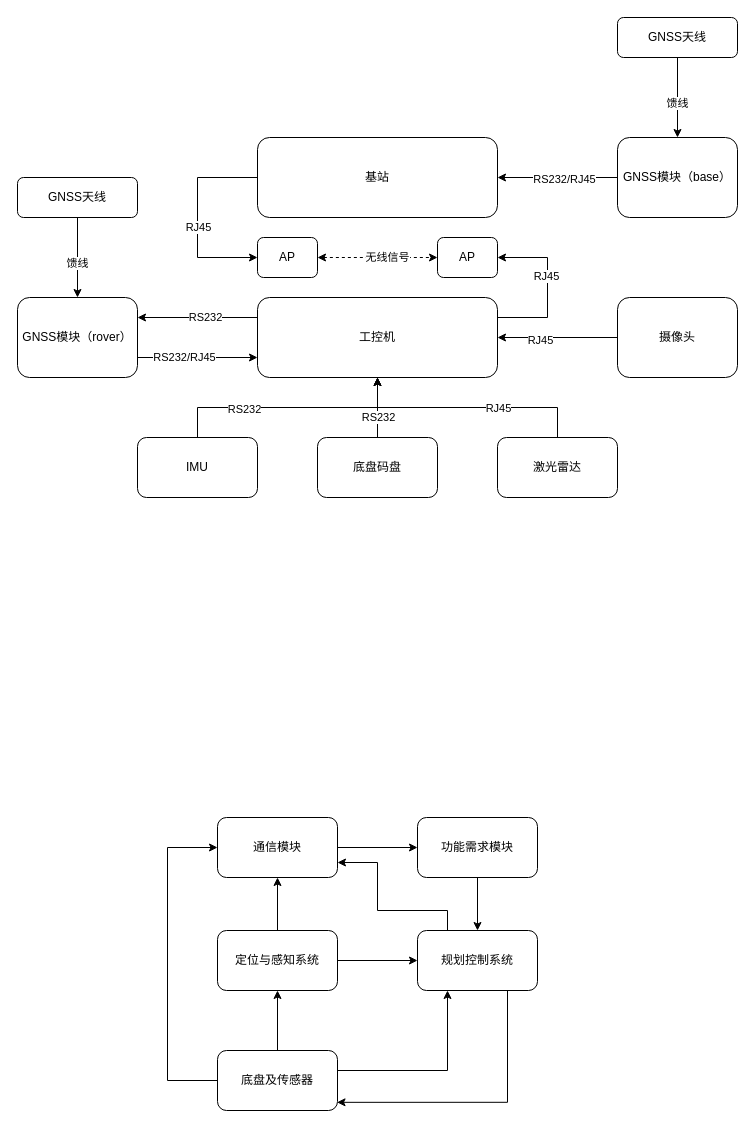
Before: ADU/system_deployment.drawio in mMikaa00/For_draw_io, a draw.io diagram. Source tidied: cells renumbered, new cells numbered last; positions are measured from the earlier drawing's top-left corner, leaving out a move shared by most shapes. Both pictures are drawn from the tidied source at 100%, with x=0, y=0 at pixel (17, 17).
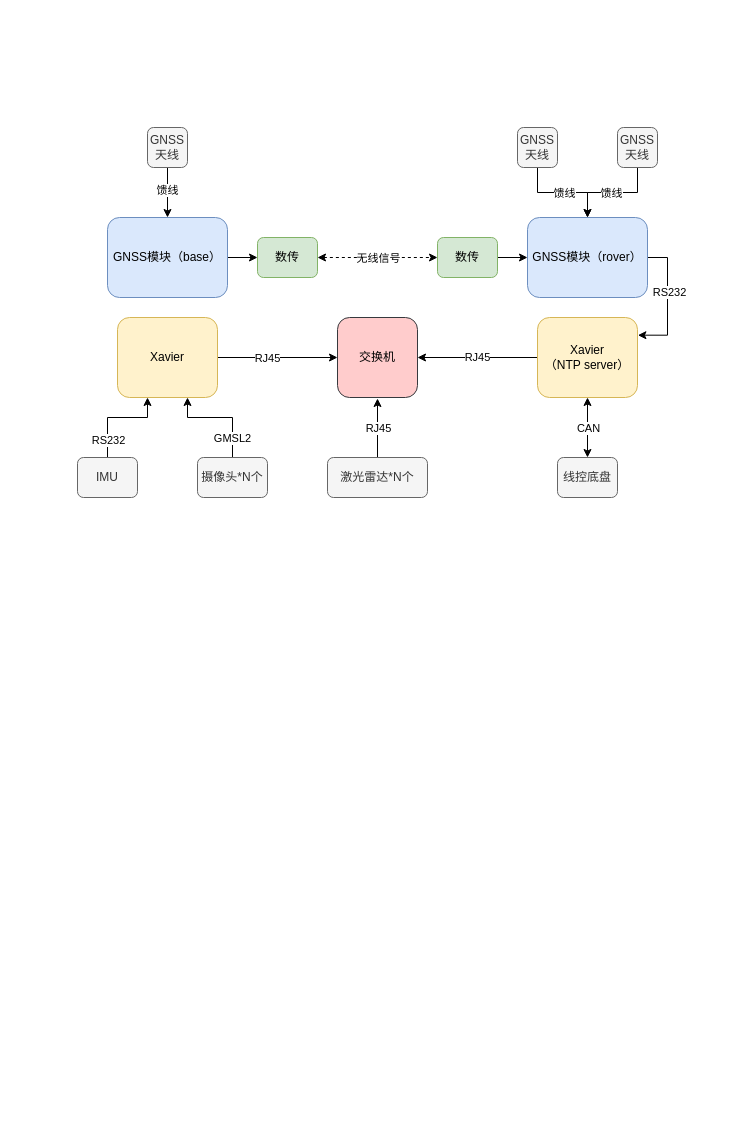
The same page after the edit.

The change refers to these unchanged cells:
```xml
<mxCell id="14" style="edgeStyle=orthogonalEdgeStyle;rounded=0;jettySize=auto;html=1;" parent="1" edge="1" source="16" target="10">
  <mxGeometry relative="1" as="geometry" />
</mxCell>
<mxCell id="29" style="edgeStyle=orthogonalEdgeStyle;rounded=0;jettySize=auto;html=1;" parent="1" edge="1" source="31" target="28">
  <mxGeometry relative="1" as="geometry" />
</mxCell>
<mxCell id="35" style="edgeStyle=orthogonalEdgeStyle;rounded=0;jettySize=auto;html=1;entryX=0;entryY=0.5;entryDx=0;entryDy=0;startArrow=classic;startFill=1;dashed=1;" parent="1" edge="1" source="37" target="38">
  <mxGeometry relative="1" as="geometry" />
</mxCell>
```

The edit, as a diff of the source:
```diff
@@
-    <mxCell id="2" style="edgeStyle=orthogonalEdgeStyle;rounded=0;jettySize=auto;html=1;entryX=1;entryY=0.25;entryDx=0;entryDy=0;exitX=0;exitY=0.25;exitDx=0;exitDy=0;" parent="1" edge="1" source="7" target="10">
-      <mxGeometry relative="1" as="geometry" />
+    <mxCell id="2" style="edgeStyle=orthogonalEdgeStyle;rounded=0;jettySize=auto;html=1;entryX=1;entryY=0.5;entryDx=0;entryDy=0;exitX=1.004;exitY=0.221;exitDx=0;exitDy=0;startArrow=classic;startFill=1;endArrow=none;endFill=0;exitPerimeter=0;" parent="1" edge="1" source="7" target="10">
+      <mxGeometry relative="1" as="geometry">
+        <Array as="points">
+          <mxPoint x="650" y="318" />
+          <mxPoint x="650" y="240" />
+        </Array>
+      </mxGeometry>
     </mxCell>
     <mxCell id="3" value="RS232" style="edgeLabel;html=1;align=center;verticalAlign=middle;" parent="2" vertex="1">
-      <mxGeometry x="-0.12" y="-1" relative="1" as="geometry" />
+      <mxGeometry x="-0.12" y="-1" relative="1" as="geometry">
+        <mxPoint y="-17" as="offset" />
+      </mxGeometry>
     </mxCell>
-    <mxCell id="4" style="edgeStyle=orthogonalEdgeStyle;rounded=0;jettySize=auto;html=1;entryX=1;entryY=0.5;entryDx=0;entryDy=0;exitX=1;exitY=0.25;exitDx=0;exitDy=0;" parent="1" edge="1" source="7" target="38">
-      <mxGeometry relative="1" as="geometry">
-        <Array as="points">
-          <mxPoint x="530" y="300" />
-          <mxPoint x="530" y="240" />
-        </Array>
-      </mxGeometry>
-    </mxCell>
-    <mxCell id="5" style="edgeLabel;html=1;align=center;verticalAlign=middle;" parent="4" vertex="1">
-      <mxGeometry x="0.13" y="2" relative="1" as="geometry" />
-    </mxCell>
-    <mxCell id="6" value="RJ45" style="edgeLabel;html=1;align=center;verticalAlign=middle;" parent="4" vertex="1">
-      <mxGeometry x="0.15" y="2" relative="1" as="geometry" />
-    </mxCell>
+    <mxCell id="53" style="edgeStyle=orthogonalEdgeStyle;rounded=0;jettySize=auto;html=1;entryX=1;entryY=0.5;entryDx=0;entryDy=0;startArrow=none;startFill=0;endArrow=classic;endFill=1;" parent="1" edge="1" source="7" target="63">
+      <mxGeometry relative="1" as="geometry" />
+    </mxCell>
+    <mxCell id="54" value="RJ45" style="edgeLabel;html=1;align=center;verticalAlign=middle;" parent="53" vertex="1">
+      <mxGeometry x="0.17" y="1" relative="1" as="geometry">
+        <mxPoint x="9" y="-2" as="offset" />
+      </mxGeometry>
+    </mxCell>
-    <mxCell id="7" value="工控机" style="rounded=1;whiteSpace=wrap;html=1;" parent="1" vertex="1">
-      <mxGeometry x="240" y="280" width="240" height="80" as="geometry" />
+    <mxCell id="7" value="Xavier&lt;br&gt;（NTP server）" style="rounded=1;whiteSpace=wrap;html=1;fillColor=#fff2cc;strokeColor=#d6b656;" parent="1" vertex="1">
+      <mxGeometry x="520" y="300" width="100" height="80" as="geometry" />
     </mxCell>
-    <mxCell id="8" style="edgeStyle=orthogonalEdgeStyle;rounded=0;jettySize=auto;html=1;entryX=0;entryY=0.75;entryDx=0;entryDy=0;exitX=1;exitY=0.75;exitDx=0;exitDy=0;" parent="1" edge="1" source="10" target="7">
-      <mxGeometry relative="1" as="geometry" />
-    </mxCell>
-    <mxCell id="9" value="RS232/RJ45" style="edgeLabel;html=1;align=center;verticalAlign=middle;" parent="8" vertex="1">
-      <mxGeometry x="-0.23" y="1" relative="1" as="geometry" />
-    </mxCell>
-    <mxCell id="10" value="GNSS模块（rover）" style="rounded=1;whiteSpace=wrap;html=1;" parent="1" vertex="1">
-      <mxGeometry y="280" width="120" height="80" as="geometry" />
+    <mxCell id="10" value="GNSS模块（rover）" style="rounded=1;whiteSpace=wrap;html=1;fillColor=#dae8fc;strokeColor=#6c8ebf;" parent="1" vertex="1">
+      <mxGeometry x="510" y="200" width="120" height="80" as="geometry" />
     </mxCell>
-    <mxCell id="11" style="edgeStyle=orthogonalEdgeStyle;rounded=0;jettySize=auto;html=1;entryX=0.5;entryY=1;entryDx=0;entryDy=0;" parent="1" edge="1" source="13" target="7">
-      <mxGeometry relative="1" as="geometry" />
+    <mxCell id="11" style="edgeStyle=orthogonalEdgeStyle;rounded=0;jettySize=auto;html=1;entryX=0.25;entryY=1;entryDx=0;entryDy=0;exitX=0.5;exitY=0;exitDx=0;exitDy=0;" parent="1" edge="1" source="13">
+      <mxGeometry relative="1" as="geometry">
+        <mxPoint x="130" y="380" as="targetPoint" />
+        <Array as="points">
+          <mxPoint x="90" y="400" />
+          <mxPoint x="130" y="400" />
+        </Array>
+      </mxGeometry>
     </mxCell>
     <mxCell id="12" value="RS232" style="edgeLabel;html=1;align=center;verticalAlign=middle;" parent="11" vertex="1">
-      <mxGeometry x="-0.37" y="-1" relative="1" as="geometry" />
+      <mxGeometry x="-0.37" y="-1" relative="1" as="geometry">
+        <mxPoint x="-1" y="14" as="offset" />
+      </mxGeometry>
     </mxCell>
-    <mxCell id="13" value="IMU" style="rounded=1;whiteSpace=wrap;html=1;" parent="1" vertex="1">
-      <mxGeometry x="120" y="420" width="120" height="60" as="geometry" />
+    <mxCell id="13" value="IMU" style="rounded=1;whiteSpace=wrap;html=1;fillColor=#f5f5f5;strokeColor=#666666;fontColor=#333333;" parent="1" vertex="1">
+      <mxGeometry x="60" y="440" width="60" height="40" as="geometry" />
     </mxCell>
@@
     <mxCell id="15" value="馈线" style="edgeLabel;html=1;align=center;verticalAlign=middle;" parent="14" vertex="1">
-      <mxGeometry x="0.13" y="-1" relative="1" as="geometry" />
+      <mxGeometry x="0.13" y="-1" relative="1" as="geometry">
+        <mxPoint x="4" y="1" as="offset" />
+      </mxGeometry>
     </mxCell>
-    <mxCell id="16" value="GNSS天线" style="rounded=1;whiteSpace=wrap;html=1;" parent="1" vertex="1">
-      <mxGeometry y="160" width="120" height="40" as="geometry" />
+    <mxCell id="16" value="GNSS&lt;br&gt;天线" style="rounded=1;whiteSpace=wrap;html=1;fillColor=#f5f5f5;strokeColor=#666666;fontColor=#333333;" parent="1" vertex="1">
+      <mxGeometry x="600" y="110" width="40" height="40" as="geometry" />
     </mxCell>
-    <mxCell id="17" style="edgeStyle=orthogonalEdgeStyle;rounded=0;jettySize=auto;html=1;" parent="1" edge="1" source="19">
+    <mxCell id="17" style="edgeStyle=orthogonalEdgeStyle;rounded=0;jettySize=auto;html=1;entryX=0.5;entryY=1;entryDx=0;entryDy=0;startArrow=classic;startFill=1;" parent="1" edge="1" source="19">
       <mxGeometry relative="1" as="geometry">
-        <mxPoint x="360" y="360" as="targetPoint" />
+        <mxPoint x="570" y="380" as="targetPoint" />
       </mxGeometry>
     </mxCell>
-    <mxCell id="18" value="RS232" style="edgeLabel;html=1;align=center;verticalAlign=middle;" parent="17" vertex="1">
-      <mxGeometry x="-0.3" relative="1" as="geometry" />
+    <mxCell id="18" value="CAN" style="edgeLabel;html=1;align=center;verticalAlign=middle;" parent="17" vertex="1">
+      <mxGeometry x="-0.3" relative="1" as="geometry">
+        <mxPoint y="-9" as="offset" />
+      </mxGeometry>
     </mxCell>
-    <mxCell id="19" value="底盘码盘" style="rounded=1;whiteSpace=wrap;html=1;" parent="1" vertex="1">
-      <mxGeometry x="300" y="420" width="120" height="60" as="geometry" />
+    <mxCell id="19" value="线控底盘" style="rounded=1;whiteSpace=wrap;html=1;fillColor=#f5f5f5;strokeColor=#666666;fontColor=#333333;" parent="1" vertex="1">
+      <mxGeometry x="540" y="440" width="60" height="40" as="geometry" />
     </mxCell>
-    <mxCell id="20" style="edgeStyle=orthogonalEdgeStyle;rounded=0;jettySize=auto;html=1;entryX=0.5;entryY=1;entryDx=0;entryDy=0;" parent="1" edge="1" source="22" target="7">
-      <mxGeometry relative="1" as="geometry" />
+    <mxCell id="20" style="edgeStyle=orthogonalEdgeStyle;rounded=0;jettySize=auto;html=1;" parent="1" edge="1" source="64">
+      <mxGeometry relative="1" as="geometry">
+        <mxPoint x="360" y="381" as="targetPoint" />
+      </mxGeometry>
     </mxCell>
     <mxCell id="21" value="RJ45" style="edgeLabel;html=1;align=center;verticalAlign=middle;" parent="20" vertex="1">
-      <mxGeometry x="-0.25" relative="1" as="geometry" />
+      <mxGeometry x="-0.25" relative="1" as="geometry">
+        <mxPoint y="-8" as="offset" />
+      </mxGeometry>
     </mxCell>
-    <mxCell id="22" value="激光雷达" style="rounded=1;whiteSpace=wrap;html=1;" parent="1" vertex="1">
-      <mxGeometry x="480" y="420" width="120" height="60" as="geometry" />
-    </mxCell>
-    <mxCell id="23" style="edgeStyle=orthogonalEdgeStyle;rounded=0;jettySize=auto;html=1;entryX=1;entryY=0.5;entryDx=0;entryDy=0;" parent="1" edge="1" source="25" target="7">
-      <mxGeometry relative="1" as="geometry" />
+    <mxCell id="23" style="edgeStyle=orthogonalEdgeStyle;rounded=0;jettySize=auto;html=1;entryX=0.75;entryY=1;entryDx=0;entryDy=0;exitX=0.5;exitY=0;exitDx=0;exitDy=0;" parent="1" edge="1" source="25">
+      <mxGeometry relative="1" as="geometry">
+        <mxPoint x="170" y="380" as="targetPoint" />
+        <Array as="points">
+          <mxPoint x="215" y="400" />
+          <mxPoint x="170" y="400" />
+        </Array>
+      </mxGeometry>
     </mxCell>
-    <mxCell id="24" value="RJ45" style="edgeLabel;html=1;align=center;verticalAlign=middle;" parent="23" vertex="1">
-      <mxGeometry x="0.3" y="2" relative="1" as="geometry" />
+    <mxCell id="24" value="GMSL2" style="edgeLabel;html=1;align=center;verticalAlign=middle;" parent="23" vertex="1">
+      <mxGeometry x="0.3" y="2" relative="1" as="geometry">
+        <mxPoint x="27" y="18" as="offset" />
+      </mxGeometry>
     </mxCell>
-    <mxCell id="25" value="摄像头" style="rounded=1;whiteSpace=wrap;html=1;" parent="1" vertex="1">
-      <mxGeometry x="600" y="280" width="120" height="80" as="geometry" />
+    <mxCell id="25" value="摄像头*N个" style="rounded=1;whiteSpace=wrap;html=1;fillColor=#f5f5f5;strokeColor=#666666;fontColor=#333333;" parent="1" vertex="1">
+      <mxGeometry x="180" y="440" width="70" height="40" as="geometry" />
     </mxCell>
-    <mxCell id="26" style="edgeStyle=orthogonalEdgeStyle;rounded=0;jettySize=auto;html=1;entryX=1;entryY=0.5;entryDx=0;entryDy=0;" parent="1" edge="1" source="28" target="34">
-      <mxGeometry relative="1" as="geometry" />
-    </mxCell>
-    <mxCell id="27" value="RS232/RJ45" style="edgeLabel;html=1;align=center;verticalAlign=middle;" parent="26" vertex="1">
-      <mxGeometry x="-0.1" y="1" relative="1" as="geometry" />
-    </mxCell>
+    <mxCell id="55" style="edgeStyle=orthogonalEdgeStyle;rounded=0;jettySize=auto;html=1;" parent="1" edge="1" source="28" target="37">
+      <mxGeometry relative="1" as="geometry" />
+    </mxCell>
-    <mxCell id="28" value="GNSS模块（base）" style="rounded=1;whiteSpace=wrap;html=1;" parent="1" vertex="1">
-      <mxGeometry x="600" y="120" width="120" height="80" as="geometry" />
+    <mxCell id="28" value="GNSS模块（base）" style="rounded=1;whiteSpace=wrap;html=1;fillColor=#dae8fc;strokeColor=#6c8ebf;" parent="1" vertex="1">
+      <mxGeometry x="90" y="200" width="120" height="80" as="geometry" />
     </mxCell>
@@
     <mxCell id="30" value="馈线" style="edgeLabel;html=1;align=center;verticalAlign=middle;" parent="29" vertex="1">
-      <mxGeometry x="0.13" y="-1" relative="1" as="geometry" />
+      <mxGeometry x="0.13" y="-1" relative="1" as="geometry">
+        <mxPoint y="-6" as="offset" />
+      </mxGeometry>
     </mxCell>
-    <mxCell id="31" value="GNSS天线" style="rounded=1;whiteSpace=wrap;html=1;" parent="1" vertex="1">
-      <mxGeometry x="600" width="120" height="40" as="geometry" />
+    <mxCell id="31" value="GNSS天线" style="rounded=1;whiteSpace=wrap;html=1;fillColor=#f5f5f5;strokeColor=#666666;fontColor=#333333;" parent="1" vertex="1">
+      <mxGeometry x="130" y="110" width="40" height="40" as="geometry" />
     </mxCell>
-    <mxCell id="32" style="edgeStyle=orthogonalEdgeStyle;rounded=0;jettySize=auto;html=1;entryX=0;entryY=0.5;entryDx=0;entryDy=0;" parent="1" edge="1" source="34" target="37">
-      <mxGeometry relative="1" as="geometry">
-        <Array as="points">
-          <mxPoint x="180" y="160" />
-          <mxPoint x="180" y="240" />
-        </Array>
-      </mxGeometry>
-    </mxCell>
-    <mxCell id="33" value="RJ45" style="edgeLabel;html=1;align=center;verticalAlign=middle;" parent="32" vertex="1">
-      <mxGeometry x="0.09" relative="1" as="geometry" />
-    </mxCell>
-    <mxCell id="34" value="基站" style="rounded=1;whiteSpace=wrap;html=1;" parent="1" vertex="1">
-      <mxGeometry x="240" y="120" width="240" height="80" as="geometry" />
-    </mxCell>
@@
     <mxCell id="36" value="无线信号" style="edgeLabel;html=1;align=center;verticalAlign=middle;" parent="35" vertex="1">
-      <mxGeometry x="0.15" y="1" relative="1" as="geometry" />
+      <mxGeometry x="0.15" y="1" relative="1" as="geometry">
+        <mxPoint x="-9" y="1" as="offset" />
+      </mxGeometry>
     </mxCell>
-    <mxCell id="37" value="AP" style="rounded=1;whiteSpace=wrap;html=1;" parent="1" vertex="1">
+    <mxCell id="37" value="数传" style="rounded=1;whiteSpace=wrap;html=1;fillColor=#d5e8d4;strokeColor=#82b366;" parent="1" vertex="1">
       <mxGeometry x="240" y="220" width="60" height="40" as="geometry" />
     </mxCell>
+    <mxCell id="56" style="edgeStyle=orthogonalEdgeStyle;rounded=0;jettySize=auto;html=1;startArrow=none;startFill=0;endArrow=classic;endFill=1;" parent="1" edge="1" source="38" target="10">
+      <mxGeometry relative="1" as="geometry" />
+    </mxCell>
-    <mxCell id="38" value="AP" style="rounded=1;whiteSpace=wrap;html=1;" parent="1" vertex="1">
+    <mxCell id="38" value="数传" style="rounded=1;whiteSpace=wrap;html=1;fillColor=#d5e8d4;strokeColor=#82b366;" parent="1" vertex="1">
       <mxGeometry x="420" y="220" width="60" height="40" as="geometry" />
     </mxCell>
-    <mxCell id="39" style="edgeStyle=orthogonalEdgeStyle;rounded=0;jettySize=auto;html=1;startArrow=none;startFill=0;" parent="1" edge="1" source="41" target="44">
-      <mxGeometry relative="1" as="geometry" />
-    </mxCell>
-    <mxCell id="40" style="edgeStyle=orthogonalEdgeStyle;rounded=0;jettySize=auto;html=1;startArrow=none;startFill=0;" parent="1" edge="1" source="41" target="52">
-      <mxGeometry relative="1" as="geometry" />
-    </mxCell>
-    <mxCell id="41" value="定位与感知系统" style="rounded=1;whiteSpace=wrap;html=1;" parent="1" vertex="1">
-      <mxGeometry x="200" y="913" width="120" height="60" as="geometry" />
-    </mxCell>
-    <mxCell id="42" style="edgeStyle=orthogonalEdgeStyle;rounded=0;jettySize=auto;html=1;entryX=0.996;entryY=0.864;entryDx=0;entryDy=0;entryPerimeter=0;startArrow=none;startFill=0;exitX=0.75;exitY=1;exitDx=0;exitDy=0;" parent="1" edge="1" source="44" target="48">
-      <mxGeometry relative="1" as="geometry">
-        <Array as="points">
-          <mxPoint x="490" y="1085" />
-        </Array>
-      </mxGeometry>
-    </mxCell>
-    <mxCell id="43" style="edgeStyle=orthogonalEdgeStyle;rounded=0;jettySize=auto;html=1;entryX=1;entryY=0.75;entryDx=0;entryDy=0;startArrow=none;startFill=0;exitX=0.25;exitY=0;exitDx=0;exitDy=0;" parent="1" edge="1" source="44" target="52">
-      <mxGeometry relative="1" as="geometry">
-        <Array as="points">
-          <mxPoint x="430" y="893" />
-          <mxPoint x="360" y="893" />
-          <mxPoint x="360" y="845" />
-        </Array>
-      </mxGeometry>
-    </mxCell>
-    <mxCell id="44" value="规划控制系统" style="rounded=1;whiteSpace=wrap;html=1;" parent="1" vertex="1">
-      <mxGeometry x="400" y="913" width="120" height="60" as="geometry" />
-    </mxCell>
-    <mxCell id="45" style="edgeStyle=orthogonalEdgeStyle;rounded=0;jettySize=auto;html=1;startArrow=none;startFill=0;" parent="1" edge="1" source="48" target="41">
-      <mxGeometry relative="1" as="geometry" />
-    </mxCell>
-    <mxCell id="46" style="edgeStyle=orthogonalEdgeStyle;rounded=0;jettySize=auto;html=1;entryX=0.25;entryY=1;entryDx=0;entryDy=0;startArrow=none;startFill=0;" parent="1" edge="1" source="48" target="44">
-      <mxGeometry relative="1" as="geometry">
-        <Array as="points">
-          <mxPoint x="430" y="1053" />
-        </Array>
-      </mxGeometry>
-    </mxCell>
-    <mxCell id="47" style="edgeStyle=orthogonalEdgeStyle;rounded=0;jettySize=auto;html=1;entryX=0;entryY=0.5;entryDx=0;entryDy=0;startArrow=none;startFill=0;" parent="1" edge="1" source="48" target="52">
-      <mxGeometry relative="1" as="geometry">
-        <Array as="points">
-          <mxPoint x="150" y="1063" />
-          <mxPoint x="150" y="830" />
-        </Array>
-      </mxGeometry>
-    </mxCell>
-    <mxCell id="48" value="底盘及传感器" style="rounded=1;whiteSpace=wrap;html=1;" parent="1" vertex="1">
-      <mxGeometry x="200" y="1033" width="120" height="60" as="geometry" />
-    </mxCell>
-    <mxCell id="49" style="edgeStyle=orthogonalEdgeStyle;rounded=0;jettySize=auto;html=1;entryX=0.5;entryY=0;entryDx=0;entryDy=0;startArrow=none;startFill=0;" parent="1" edge="1" source="50" target="44">
-      <mxGeometry relative="1" as="geometry" />
-    </mxCell>
-    <mxCell id="50" value="功能需求模块" style="rounded=1;whiteSpace=wrap;html=1;" parent="1" vertex="1">
-      <mxGeometry x="400" y="800" width="120" height="60" as="geometry" />
-    </mxCell>
-    <mxCell id="51" style="edgeStyle=orthogonalEdgeStyle;rounded=0;jettySize=auto;html=1;startArrow=none;startFill=0;" parent="1" edge="1" source="52" target="50">
-      <mxGeometry relative="1" as="geometry" />
-    </mxCell>
-    <mxCell id="52" value="通信模块" style="rounded=1;whiteSpace=wrap;html=1;" parent="1" vertex="1">
-      <mxGeometry x="200" y="800" width="120" height="60" as="geometry" />
-    </mxCell>
+    <mxCell id="57" style="edgeStyle=orthogonalEdgeStyle;rounded=0;jettySize=auto;html=1;entryX=0.5;entryY=0;entryDx=0;entryDy=0;" parent="1" edge="1" source="59" target="10">
+      <mxGeometry relative="1" as="geometry" />
+    </mxCell>
+    <mxCell id="58" value="馈线" style="edgeLabel;html=1;align=center;verticalAlign=middle;" parent="57" vertex="1">
+      <mxGeometry x="-0.16" relative="1" as="geometry">
+        <mxPoint x="9" as="offset" />
+      </mxGeometry>
+    </mxCell>
+    <mxCell id="59" value="GNSS&lt;br&gt;天线" style="rounded=1;whiteSpace=wrap;html=1;fillColor=#f5f5f5;strokeColor=#666666;fontColor=#333333;" parent="1" vertex="1">
+      <mxGeometry x="500" y="110" width="40" height="40" as="geometry" />
+    </mxCell>
+    <mxCell id="60" style="edgeStyle=orthogonalEdgeStyle;rounded=0;jettySize=auto;html=1;entryX=0;entryY=0.5;entryDx=0;entryDy=0;startArrow=none;startFill=0;endArrow=classic;endFill=1;" parent="1" edge="1" source="62" target="63">
+      <mxGeometry relative="1" as="geometry" />
+    </mxCell>
+    <mxCell id="61" value="RJ45" style="edgeLabel;html=1;align=center;verticalAlign=middle;" parent="60" vertex="1">
+      <mxGeometry x="-0.18" y="1" relative="1" as="geometry">
+        <mxPoint y="1" as="offset" />
+      </mxGeometry>
+    </mxCell>
+    <mxCell id="62" value="Xavier" style="rounded=1;whiteSpace=wrap;html=1;fillColor=#fff2cc;strokeColor=#d6b656;" parent="1" vertex="1">
+      <mxGeometry x="100" y="300" width="100" height="80" as="geometry" />
+    </mxCell>
+    <mxCell id="63" value="交换机" style="rounded=1;whiteSpace=wrap;html=1;fillColor=#ffcccc;strokeColor=#36393d;" parent="1" vertex="1">
+      <mxGeometry x="320" y="300" width="80" height="80" as="geometry" />
+    </mxCell>
+    <mxCell id="64" value="激光雷达*N个" style="rounded=1;whiteSpace=wrap;html=1;fillColor=#f5f5f5;strokeColor=#666666;fontColor=#333333;" parent="1" vertex="1">
+      <mxGeometry x="310" y="440" width="100" height="40" as="geometry" />
+    </mxCell>
```
